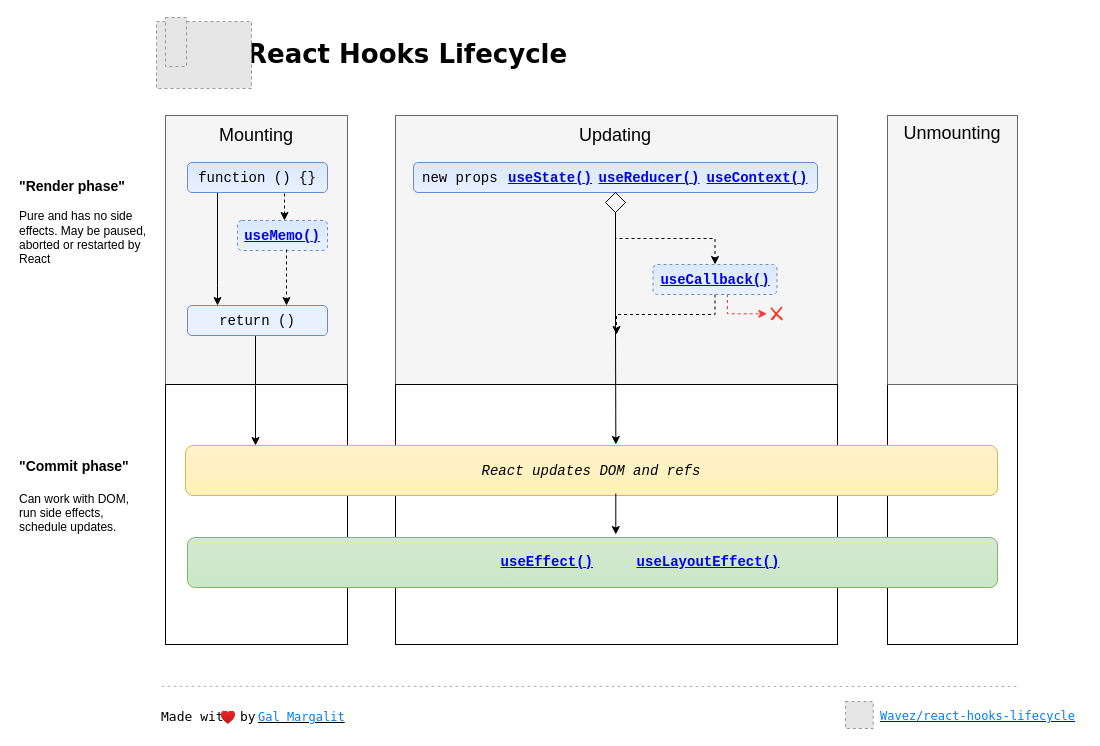
Before: chart.drawio in Wavez/react-hooks-lifecycle, a draw.io diagram. Source tidied: cells renumbered, new cells numbered last; positions are measured from the earlier drawing's top-left corner, leaving out a move shared by most shapes. Both pictures are drawn from the tidied source at 100%, with x=0, y=0 at pixel (17, 17). Pictures stored in the file or linked from it are replaced by grey dashed boxes.
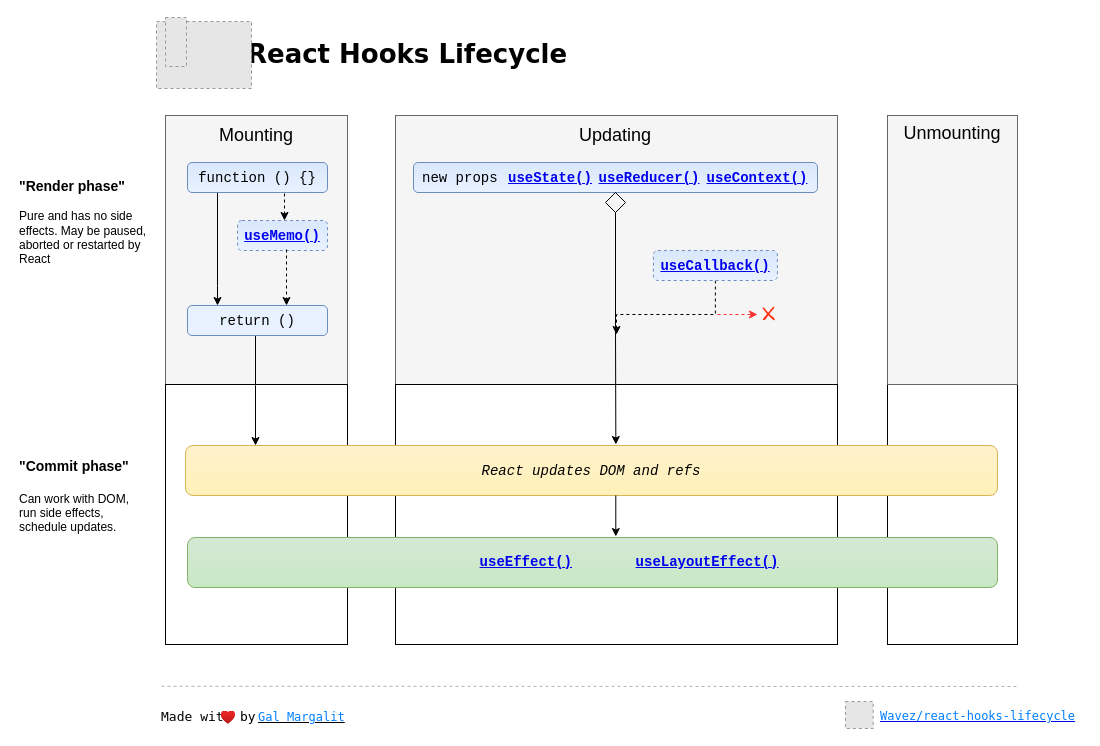
After the change.

The change refers to these unchanged cells:
```xml
<mxCell id="37" style="rhombus;whiteSpace=wrap;html=1;labelBackgroundColor=none;fontColor=#007FFF;fillColor=none;" parent="1" vertex="1">
  <mxGeometry x="588" y="175" width="20" height="20" as="geometry" />
</mxCell>
```

Diff of the diagram source:
```diff
@@
-    <mxCell id="23" style="edgeStyle=orthogonalEdgeStyle;rounded=0;jettySize=auto;html=1;exitX=0.5;exitY=1;exitDx=0;exitDy=0;entryX=0.26;entryY=0.964;entryDx=0;entryDy=0;entryPerimeter=0;dashed=1;fontSize=28;fontColor=#007FFF;strokeColor=#FF3333;endArrow=classic;endFill=1;endSize=6;targetPerimeterSpacing=0;" parent="1" edge="1" source="24">
-      <mxGeometry relative="1" as="geometry">
-        <mxPoint x="749.4" y="296.3" as="targetPoint" />
-        <Array as="points">
-          <mxPoint x="710" y="277" />
-          <mxPoint x="710" y="297" />
-          <mxPoint x="749" y="297" />
-        </Array>
-      </mxGeometry>
-    </mxCell>
     <mxCell id="24" value="&lt;h3 id=&quot;static-getderivedstatefromprops&quot;&gt;&lt;code&gt;&lt;font style=&quot;font-size: 14px&quot;&gt;&lt;a href=&quot;https://reactjs.org/docs/hooks-reference.html#usecallback&quot;&gt;useCallback()&lt;/a&gt;&lt;/font&gt;&lt;/code&gt;&lt;/h3&gt;" style="rounded=1;whiteSpace=wrap;html=1;fillColor=#dae8fc;strokeColor=#6c8ebf;dashed=1;gradientColor=#E8F1FF;" parent="1" vertex="1">
-      <mxGeometry x="635.5" y="247" width="124" height="30" as="geometry" />
+      <mxGeometry x="635.9" y="233" width="124" height="30" as="geometry" />
     </mxCell>
@@
     <mxCell id="27" style="endArrow=classic;html=1;strokeColor=#000000;entryX=0.377;entryY=-0.02;entryDx=0;entryDy=0;entryPerimeter=0;" parent="1" edge="1">
       <mxGeometry relative="1" as="geometry">
-        <mxPoint x="598.3" y="476" as="sourcePoint" />
-        <mxPoint x="598.3" y="517" as="targetPoint" />
+        <mxPoint x="598.3" y="478" as="sourcePoint" />
+        <mxPoint x="598.3" y="519" as="targetPoint" />
       </mxGeometry>
     </mxCell>
@@
     <mxCell id="31" value="&lt;h3 id=&quot;static-getderivedstatefromprops&quot;&gt;&lt;code style=&quot;font-size: 14px&quot;&gt;&lt;font style=&quot;font-size: 14px&quot;&gt;&lt;a href=&quot;https://reactjs.org/docs/hooks-reference.html#useeffect&quot;&gt;useEffect()&lt;/a&gt;&amp;nbsp;&lt;/font&gt;&lt;/code&gt;&lt;/h3&gt;" style="text;html=1;strokeColor=none;fillColor=none;align=center;verticalAlign=middle;whiteSpace=wrap;rounded=0;" parent="1" vertex="1">
-      <mxGeometry x="514" y="534" width="40" height="20" as="geometry" />
+      <mxGeometry x="493" y="534" width="40" height="20" as="geometry" />
     </mxCell>
     <mxCell id="32" value="&lt;h3 id=&quot;static-getderivedstatefromprops&quot;&gt;&lt;code&gt;&lt;font size=&quot;1&quot;&gt;&lt;a href=&quot;https://reactjs.org/docs/hooks-reference.html#uselayouteffect&quot; style=&quot;font-size: 14px&quot;&gt;useLayoutEffect()&lt;/a&gt;&lt;/font&gt;&lt;/code&gt;&lt;/h3&gt;" style="text;html=1;strokeColor=none;fillColor=none;align=center;verticalAlign=middle;whiteSpace=wrap;rounded=0;" parent="1" vertex="1">
-      <mxGeometry x="671" y="534" width="40" height="20" as="geometry" />
+      <mxGeometry x="670" y="534" width="40" height="20" as="geometry" />
     </mxCell>
@@
-    <mxCell id="36" style="edgeStyle=orthogonalEdgeStyle;rounded=0;jettySize=auto;html=1;exitX=0.5;exitY=1;exitDx=0;exitDy=0;entryX=0.5;entryY=0;entryDx=0;entryDy=0;dashed=1;fontColor=#007FFF;" parent="1" edge="1" source="37" target="24">
-      <mxGeometry relative="1" as="geometry" />
-    </mxCell>
@@
     <mxCell id="38" value="&lt;font color=&quot;#ff2d0d&quot; style=&quot;font-size: 22px&quot; face=&quot;Comic Sans MS&quot;&gt;X&lt;/font&gt;" style="text;html=1;align=left;verticalAlign=top;spacingTop=-4;" parent="1" vertex="1">
-      <mxGeometry x="751" y="281" width="30" height="20" as="geometry" />
+      <mxGeometry x="743" y="281" width="30" height="20" as="geometry" />
     </mxCell>
@@
+    <mxCell id="46" style="endArrow=classic;html=1;rounded=0;fontSize=22;fontColor=#007FFF;endSize=6;targetPerimeterSpacing=0;strokeColor=#FF3333;dashed=1;" parent="1" edge="1">
+      <mxGeometry relative="1" as="geometry">
+        <mxPoint x="700" y="297" as="sourcePoint" />
+        <mxPoint x="740" y="297" as="targetPoint" />
+      </mxGeometry>
+    </mxCell>
```
